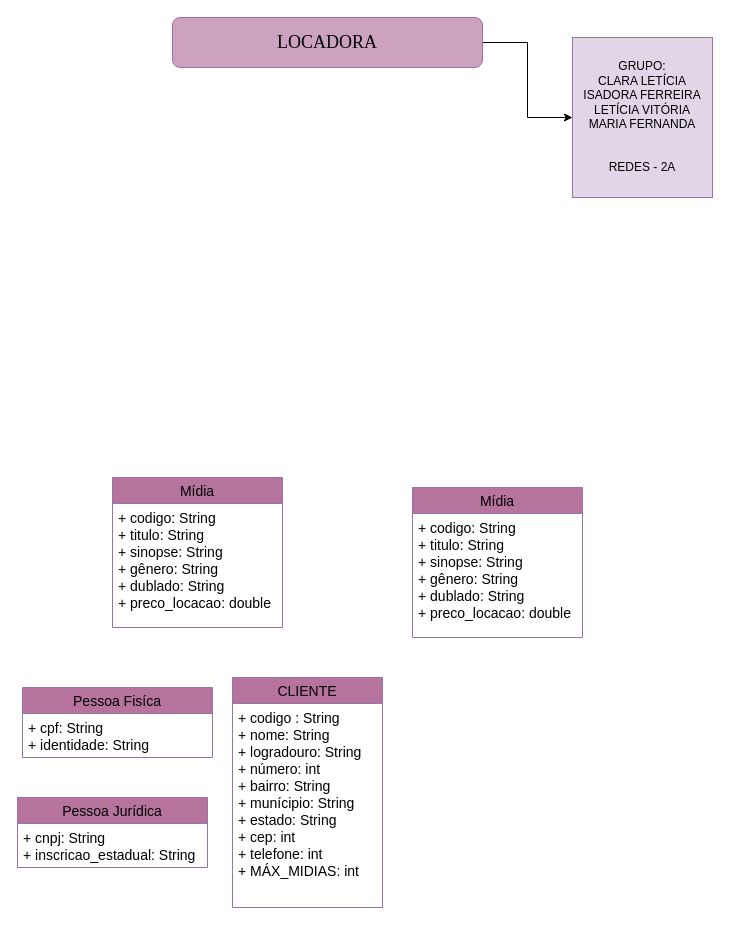
Before: Untitled Diagram.drawio in claralsp/fail, a draw.io diagram. Source tidied: cells renumbered, new cells numbered last; positions are measured from the earlier drawing's top-left corner, leaving out a move shared by most shapes. Both pictures are drawn from the tidied source at 100%, with x=0, y=0 at pixel (17, 17).
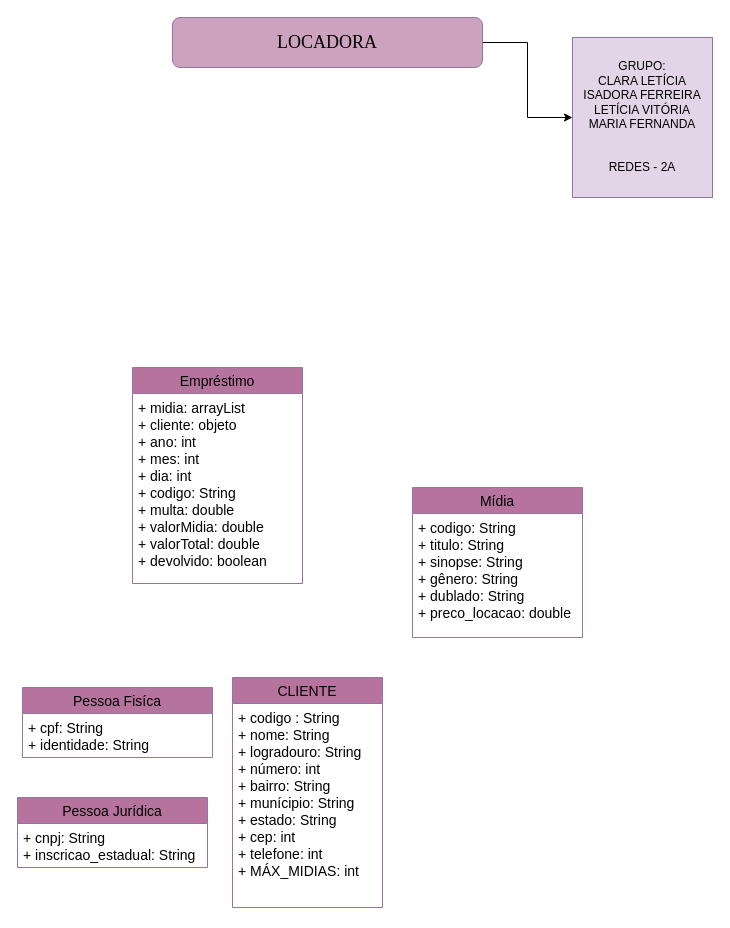
The same page after the edit.

The edit, as a diff of the source:
```diff
@@
 <mxGraphModel>
   <root>
     <mxCell id="0" />
     <mxCell id="1" parent="0" />
     <mxCell id="2" style="edgeStyle=orthogonalEdgeStyle;rounded=0;jettySize=auto;html=1;exitX=1;exitY=0.5;exitDx=0;exitDy=0;" parent="1" edge="1" source="3" target="4">
       <mxGeometry relative="1" as="geometry" />
     </mxCell>
     <mxCell id="3" value="&lt;h2&gt;&lt;font face=&quot;Times New Roman&quot;&gt;&lt;span style=&quot;font-weight: normal&quot;&gt;LOCADORA&lt;/span&gt;&lt;/font&gt;&lt;/h2&gt;" style="rounded=1;whiteSpace=wrap;html=1;strokeColor=#9673a6;fillColor=#CDA2BE;" parent="1" vertex="1">
       <mxGeometry x="155" width="310" height="50" as="geometry" />
     </mxCell>
     <mxCell id="4" value="&lt;div&gt;GRUPO:&lt;/div&gt;&lt;div&gt;CLARA LETÍCIA&lt;/div&gt;&lt;div&gt;ISADORA FERREIRA&lt;/div&gt;&lt;div&gt;LETÍCIA VITÓRIA&lt;/div&gt;&lt;div&gt;MARIA FERNANDA&lt;/div&gt;&lt;div&gt;&lt;br&gt;&lt;/div&gt;&lt;div&gt;&lt;br&gt;&lt;/div&gt;&lt;div style=&quot;line-height: 130%&quot;&gt;REDES - 2A&lt;br&gt;&lt;/div&gt;" style="rounded=0;whiteSpace=wrap;html=1;fillColor=#e1d5e7;strokeColor=#9673a6;" parent="1" vertex="1">
       <mxGeometry x="555" y="20" width="140" height="160" as="geometry" />
     </mxCell>
     <mxCell id="5" value="CLIENTE" style="swimlane;fontStyle=0;horizontal=1;startSize=26;strokeColor=#9673a6;fillColor=#B5739D;fontSize=14;" parent="1" vertex="1">
       <mxGeometry x="215" y="660" width="150" height="230" as="geometry" />
     </mxCell>
     <mxCell id="6" value="+ codigo : String&#10;+ nome: String&#10;+ logradouro: String&#10;+ número: int&#10;+ bairro: String&#10;+ munícipio: String&#10;+ estado: String&#10;+ cep: int&#10;+ telefone: int&#10;+ MÁX_MIDIAS: int&#10;&#10;" style="text;strokeColor=none;fillColor=none;align=left;verticalAlign=top;spacingLeft=4;spacingRight=4;overflow=hidden;fontSize=14;" parent="5" vertex="1">
       <mxGeometry y="26" width="150" height="204" as="geometry" />
     </mxCell>
     <mxCell id="7" value="Pessoa Fisíca" style="swimlane;fontStyle=0;horizontal=1;startSize=26;strokeColor=#9673a6;fillColor=#B5739D;fontSize=14;" parent="1" vertex="1">
       <mxGeometry x="5" y="670" width="190" height="70" as="geometry" />
     </mxCell>
     <mxCell id="8" value="+ cpf: String&#10;+ identidade: String&#10;" style="text;strokeColor=none;fillColor=none;align=left;verticalAlign=top;spacingLeft=4;spacingRight=4;overflow=hidden;fontSize=14;" parent="7" vertex="1">
       <mxGeometry y="26" width="190" height="44" as="geometry" />
     </mxCell>
     <mxCell id="9" value="Pessoa Jurídica" style="swimlane;fontStyle=0;horizontal=1;startSize=26;strokeColor=#9673a6;fillColor=#B5739D;fontSize=14;" parent="1" vertex="1">
       <mxGeometry y="780" width="190" height="70" as="geometry" />
     </mxCell>
     <mxCell id="10" value="+ cnpj: String&#10;+ inscricao_estadual: String&#10;" style="text;strokeColor=none;fillColor=none;align=left;verticalAlign=top;spacingLeft=4;spacingRight=4;overflow=hidden;fontSize=14;" parent="9" vertex="1">
       <mxGeometry y="26" width="190" height="44" as="geometry" />
     </mxCell>
     <mxCell id="11" value="Mídia" style="swimlane;fontStyle=0;horizontal=1;startSize=26;strokeColor=#9673a6;fillColor=#B5739D;fontSize=14;" parent="1" vertex="1">
       <mxGeometry x="395" y="470" width="170" height="150" as="geometry" />
     </mxCell>
     <mxCell id="12" value="+ codigo: String&#10;+ titulo: String&#10;+ sinopse: String&#10;+ gênero: String&#10;+ dublado: String&#10;+ preco_locacao: double&#10;" style="text;strokeColor=none;fillColor=none;align=left;verticalAlign=top;spacingLeft=4;spacingRight=4;overflow=hidden;fontSize=14;" parent="11" vertex="1">
       <mxGeometry y="26" width="170" height="124" as="geometry" />
     </mxCell>
-    <mxCell id="13" value="Mídia" style="swimlane;fontStyle=0;horizontal=1;startSize=26;strokeColor=#9673a6;fillColor=#B5739D;fontSize=14;" parent="1" vertex="1">
-      <mxGeometry x="95" y="460" width="170" height="150" as="geometry" />
+    <mxCell id="13" value="Empréstimo" style="swimlane;fontStyle=0;horizontal=1;startSize=26;strokeColor=#9673a6;fillColor=#B5739D;fontSize=14;" parent="1" vertex="1">
+      <mxGeometry x="115" y="350" width="170" height="216" as="geometry" />
     </mxCell>
-    <mxCell id="14" value="+ codigo: String&#10;+ titulo: String&#10;+ sinopse: String&#10;+ gênero: String&#10;+ dublado: String&#10;+ preco_locacao: double&#10;" style="text;strokeColor=none;fillColor=none;align=left;verticalAlign=top;spacingLeft=4;spacingRight=4;overflow=hidden;fontSize=14;" parent="13" vertex="1">
-      <mxGeometry y="26" width="170" height="124" as="geometry" />
+    <mxCell id="14" value="+ midia: arrayList&#10;+ cliente: objeto&#10;+ ano: int&#10;+ mes: int&#10;+ dia: int&#10;+ codigo: String&#10;+ multa: double&#10;+ valorMidia: double&#10;+ valorTotal: double&#10;+ devolvido: boolean&#10;&#10;&#10;&#10;&#10;  &#10;    &#10;&#10;" style="text;strokeColor=none;fillColor=none;align=left;verticalAlign=top;spacingLeft=4;spacingRight=4;overflow=hidden;fontSize=14;" parent="13" vertex="1">
+      <mxGeometry y="26" width="170" height="190" as="geometry" />
     </mxCell>
   </root>
 </mxGraphModel>
```
